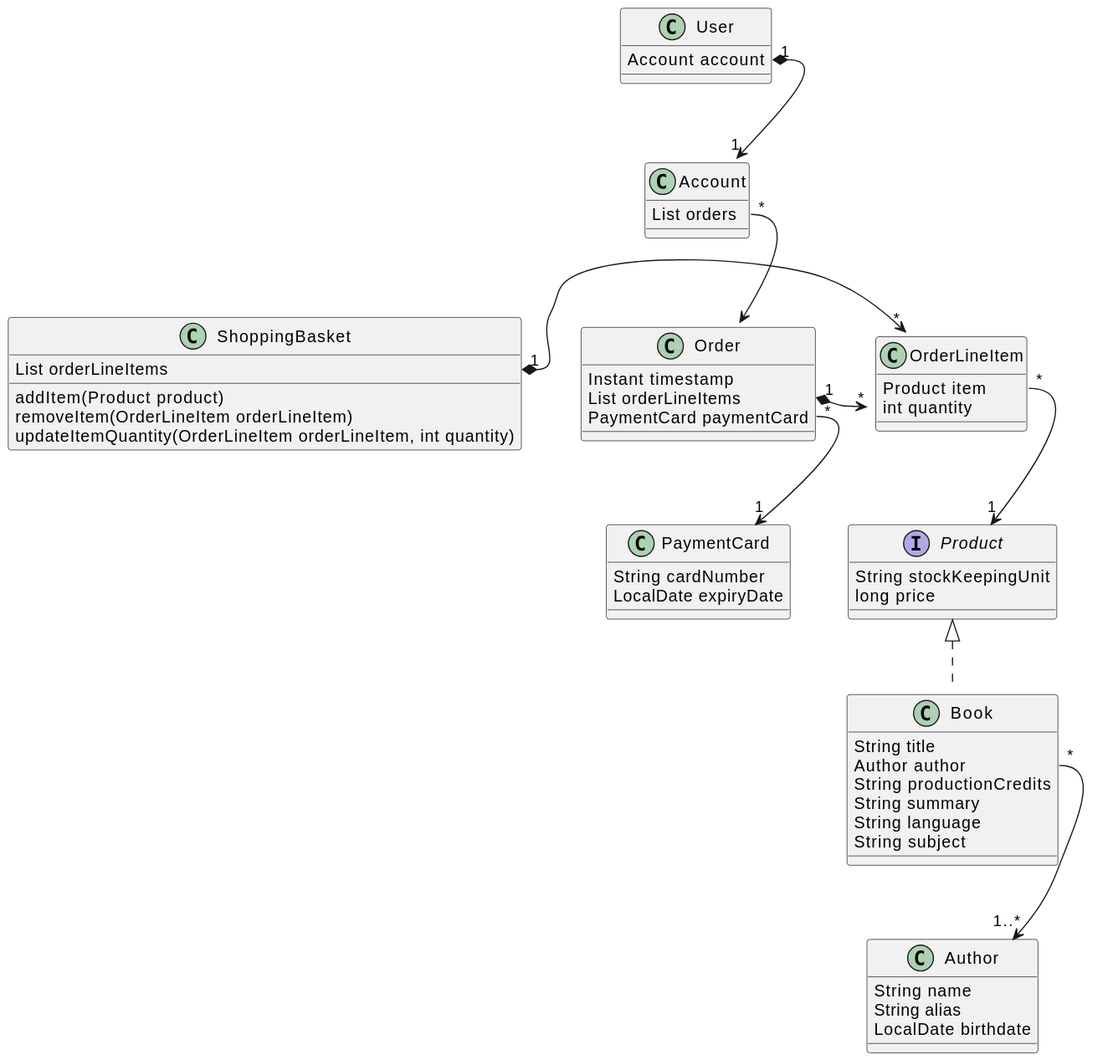
This is docs/design/out/book_shop_domain_model/book_shop_domain_model.svg from dtmo/bookshop, a PlantUML export, as it was before one commit. The source it was exported from:
```plantuml
@startuml
interface Product {
    String stockKeepingUnit
    long price
}

class Author {
    String name
    String alias
    LocalDate birthdate
}

class Book {
    String title
    Author author
    String productionCredits
    String summary
    String language
    String subject
}

Product <|.. Book
Book::author "*" --> "1..*" Author

class OrderLineItem {
    Product item
    int quantity
}

OrderLineItem::item "*" --> "1" Product

class ShoppingBasket {
    List orderLineItems

    addItem(Product product)
    removeItem(OrderLineItem orderLineItem)
    updateItemQuantity(OrderLineItem orderLineItem, int quantity)
}

ShoppingBasket::orderLineItems "1" *-> "*" OrderLineItem

class PaymentCard {
    String cardNumber
    LocalDate expiryDate
}

class Order {
    Instant timestamp
    List orderLineItems
    PaymentCard paymentCard
}

Order::orderLineItems "1" *-> "*" OrderLineItem
Order::paymentCard "*" --> "1" PaymentCard

class Account {
    List orders
}

Account::orders "*" --> Order

class User {
    Account account
}
User::account "1" *--> "1" Account
@enduml
```
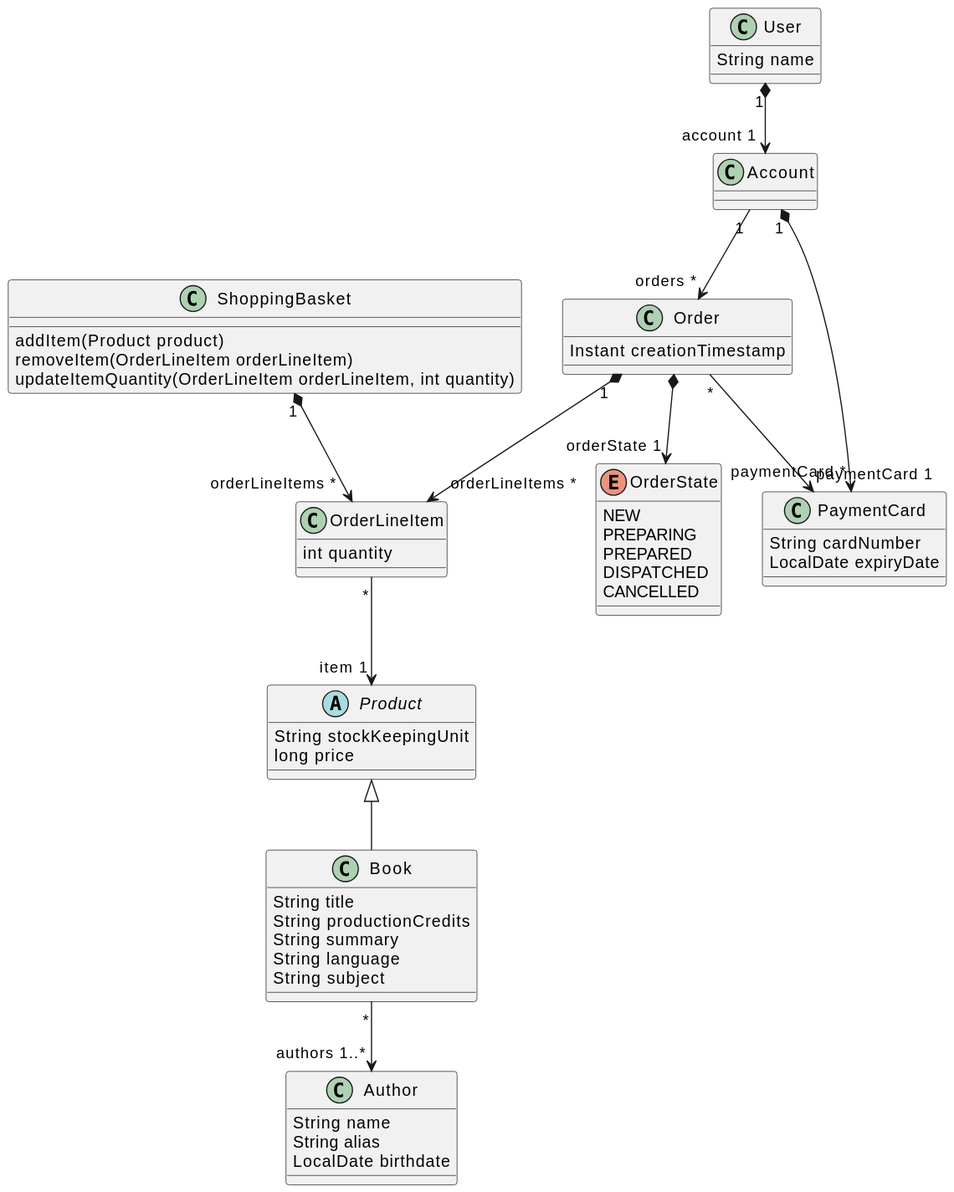
Later version of the same file.

Commit message:
wip: domain model updates

What changed in the source:
```diff
@@ -1,5 +1,5 @@
 @startuml
-interface Product {
+abstract class Product {
     String stockKeepingUnit
     long price
 }
@@ -12,55 +12,58 @@
 
 class Book {
     String title
-    Author author
     String productionCredits
     String summary
     String language
     String subject
 }
 
-Product <|.. Book
-Book::author "*" --> "1..*" Author
+Product <|-- Book
+Book "*" --> "authors 1..*" Author
 
 class OrderLineItem {
-    Product item
     int quantity
 }
 
-OrderLineItem::item "*" --> "1" Product
+OrderLineItem "*" --> "item 1" Product
 
 class ShoppingBasket {
-    List orderLineItems
-
     addItem(Product product)
     removeItem(OrderLineItem orderLineItem)
     updateItemQuantity(OrderLineItem orderLineItem, int quantity)
 }
 
-ShoppingBasket::orderLineItems "1" *-> "*" OrderLineItem
+ShoppingBasket "1" *--> "orderLineItems *" OrderLineItem
 
 class PaymentCard {
     String cardNumber
     LocalDate expiryDate
 }
 
-class Order {
-    Instant timestamp
-    List orderLineItems
-    PaymentCard paymentCard
+enum OrderState {
+    NEW
+    PREPARING
+    PREPARED
+    DISPATCHED
+    CANCELLED
 }
 
-Order::orderLineItems "1" *-> "*" OrderLineItem
-Order::paymentCard "*" --> "1" PaymentCard
+class Order {
+    Instant creationTimestamp
+}
+
+Order *--> "orderState 1" OrderState
+Order "1" *--> "orderLineItems *" OrderLineItem
+Order "*" --> "paymentCard 1" PaymentCard
 
 class Account {
-    List orders
 }
 
-Account::orders "*" --> Order
+Account "1" --> "orders *" Order
+Account "1" *--> "paymentCard *" PaymentCard
 
 class User {
-    Account account
+    String name
 }
-User::account "1" *--> "1" Account
+User "1" *--> "account 1" Account
 @enduml
```
